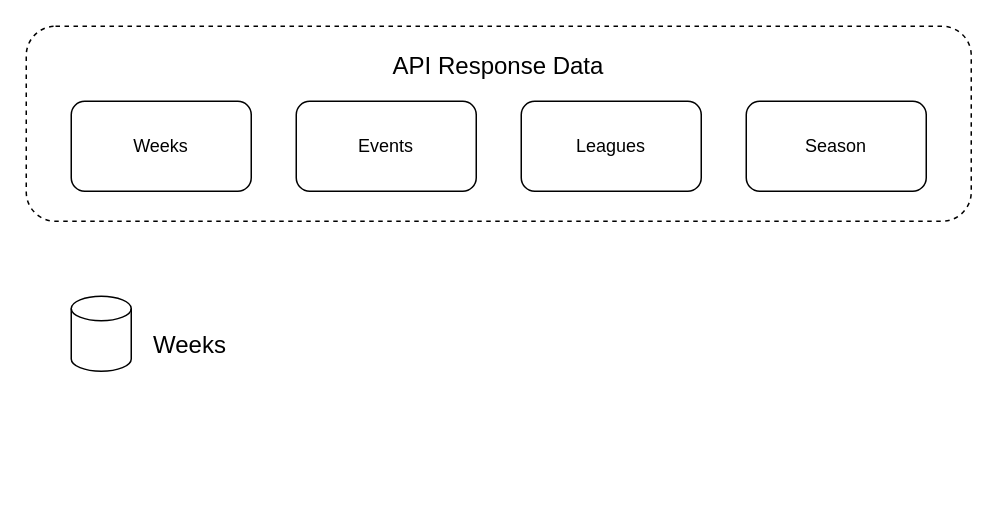
The draw.io diagram page "Data" (4 of 4) of docs/Footballer2.drawio in tjscooper/footballer2, before the edit. Source tidied: cells renumbered, new cells numbered last; positions are measured from the earlier drawing's top-left corner, leaving out a move shared by most shapes. Both pictures are drawn from the tidied source at 150%, with x=0, y=0 at pixel (26, 26).
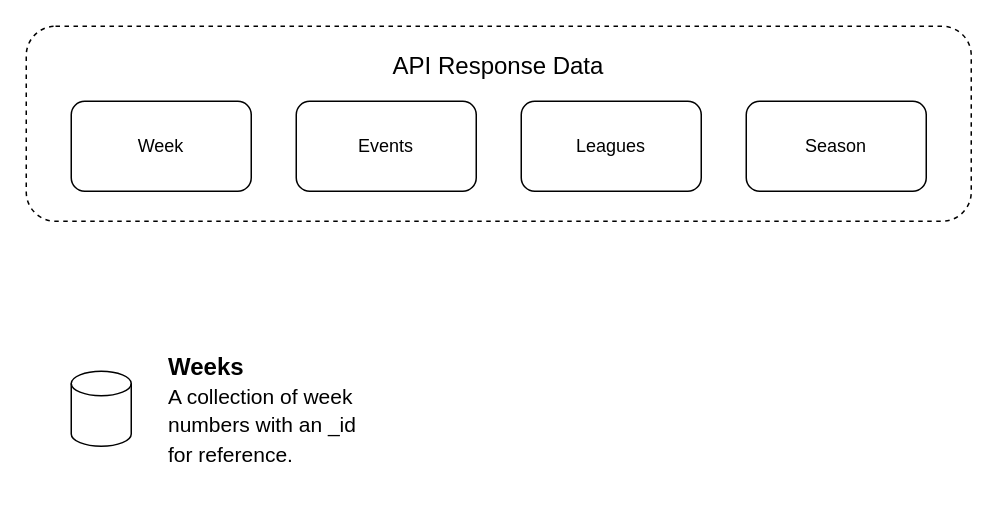
The same diagram, later.

Diff of the diagram source:
```diff
@@
 <mxGraphModel>
   <root>
     <mxCell id="0" />
     <mxCell id="1" parent="0" />
     <mxCell id="2" value="API Response Data" style="rounded=1;whiteSpace=wrap;html=1;sketch=0;strokeWidth=1;fontSize=16;verticalAlign=top;spacingLeft=0;spacingTop=10;fillColor=none;dashed=1;" parent="1" vertex="1">
       <mxGeometry width="630" height="130" as="geometry" />
     </mxCell>
-    <mxCell id="3" value="Weeks" style="rounded=1;whiteSpace=wrap;html=1;" parent="1" vertex="1">
+    <mxCell id="3" value="Week" style="rounded=1;whiteSpace=wrap;html=1;" parent="1" vertex="1">
       <mxGeometry x="30" y="50" width="120" height="60" as="geometry" />
     </mxCell>
     <mxCell id="4" value="Events" style="rounded=1;whiteSpace=wrap;html=1;" parent="1" vertex="1">
       <mxGeometry x="180" y="50" width="120" height="60" as="geometry" />
     </mxCell>
     <mxCell id="5" value="Leagues" style="rounded=1;whiteSpace=wrap;html=1;" parent="1" vertex="1">
       <mxGeometry x="330" y="50" width="120" height="60" as="geometry" />
     </mxCell>
     <mxCell id="6" value="Season" style="rounded=1;whiteSpace=wrap;html=1;" parent="1" vertex="1">
       <mxGeometry x="480" y="50" width="120" height="60" as="geometry" />
     </mxCell>
     <mxCell id="7" style="shape=cylinder3;whiteSpace=wrap;html=1;boundedLbl=1;backgroundOutline=1;size=8.169235229492188;rounded=1;sketch=0;strokeColor=default;strokeWidth=1;fontSize=16;fillColor=none;gradientColor=none;" parent="1" vertex="1">
-      <mxGeometry x="30" y="180" width="40" height="50" as="geometry" />
+      <mxGeometry x="30" y="230" width="40" height="50" as="geometry" />
     </mxCell>
-    <mxCell id="8" value="Weeks" style="text;html=1;strokeColor=none;fillColor=none;align=left;verticalAlign=top;whiteSpace=wrap;rounded=0;sketch=0;strokeWidth=1;fontSize=16;spacing=8;spacingLeft=7;" parent="1" vertex="1">
-      <mxGeometry x="70" y="190" width="120" height="100" as="geometry" />
+    <mxCell id="8" value="&lt;b&gt;Weeks&lt;/b&gt;&lt;br&gt;&lt;font style=&quot;font-size: 14px;&quot;&gt;A collection of week numbers with an _id for reference.&lt;/font&gt;" style="text;html=1;strokeColor=none;fillColor=none;align=left;verticalAlign=top;whiteSpace=wrap;rounded=0;sketch=0;strokeWidth=1;fontSize=16;spacing=8;spacingLeft=7;" parent="1" vertex="1">
+      <mxGeometry x="80" y="205" width="160" height="100" as="geometry" />
     </mxCell>
   </root>
 </mxGraphModel>
```
